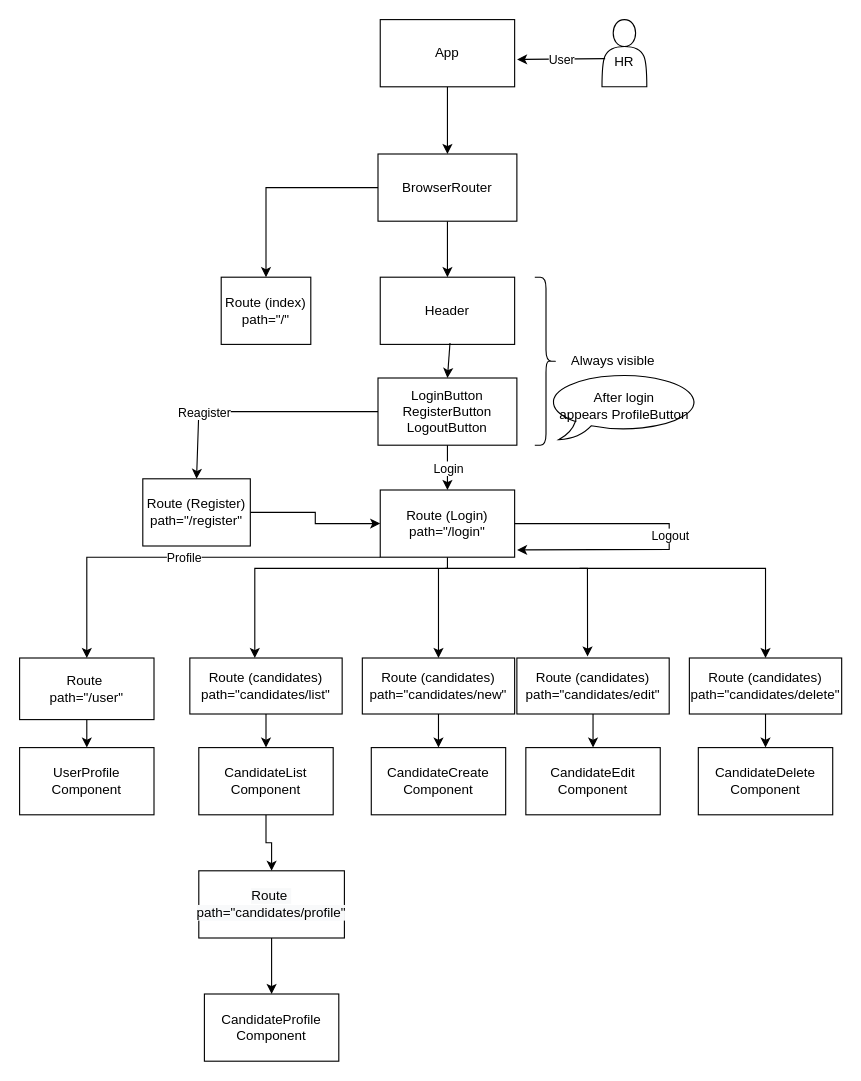
The draw.io diagram Untitled Diagram.drawio in NikolaAleksic1996/beautiful_react_app, before the edit. Source tidied: cells renumbered, new cells numbered last; positions are measured from the earlier drawing's top-left corner, leaving out a move shared by most shapes. Both pictures are drawn from the tidied source at 112%, with x=0, y=0 at pixel (19, 19).
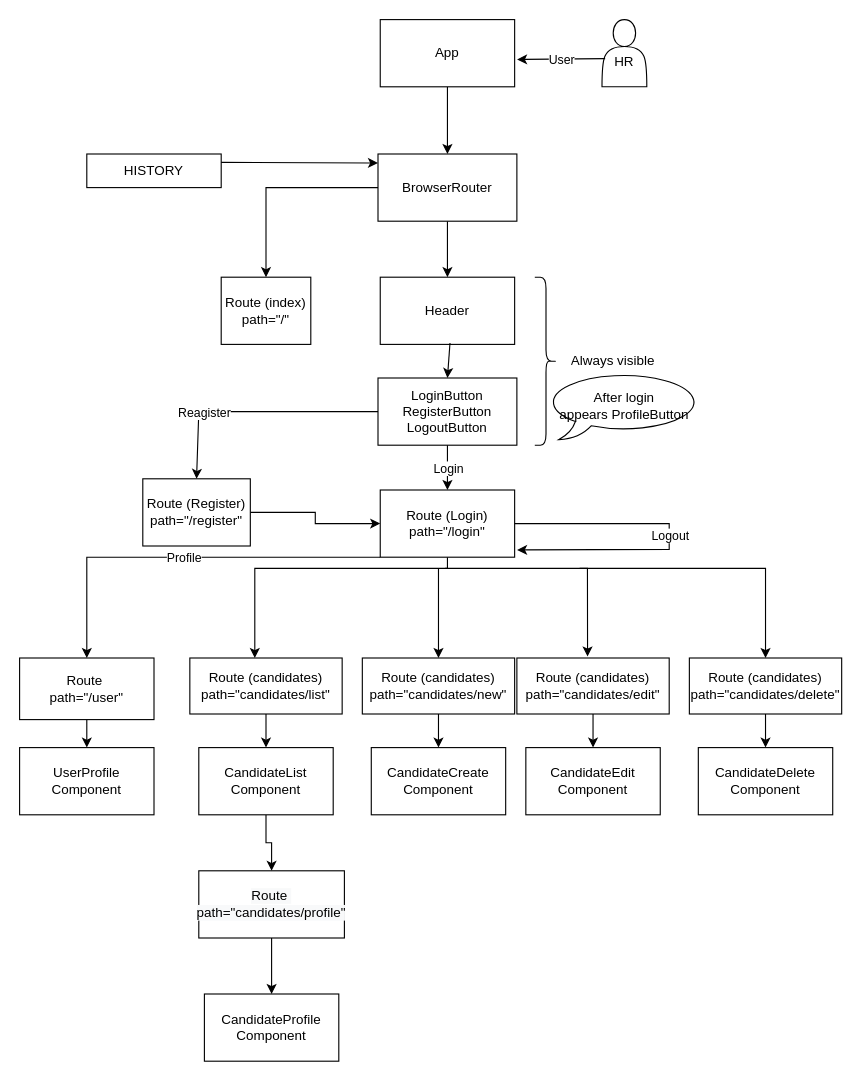
The same diagram, later.

The edit, as a diff of the source:
```diff
@@
+    <mxCell id="51" value="HISTORY" style="rounded=0;whiteSpace=wrap;html=1;" parent="1" vertex="1">
+      <mxGeometry x="60" y="120" width="120" height="30" as="geometry" />
+    </mxCell>
+    <mxCell id="52" style="endArrow=classic;html=1;rounded=0;exitX=1;exitY=0.25;exitDx=0;exitDy=0;" parent="1" edge="1" source="51">
+      <mxGeometry relative="1" as="geometry">
+        <mxPoint x="320" y="128" as="targetPoint" />
+      </mxGeometry>
+    </mxCell>
```
